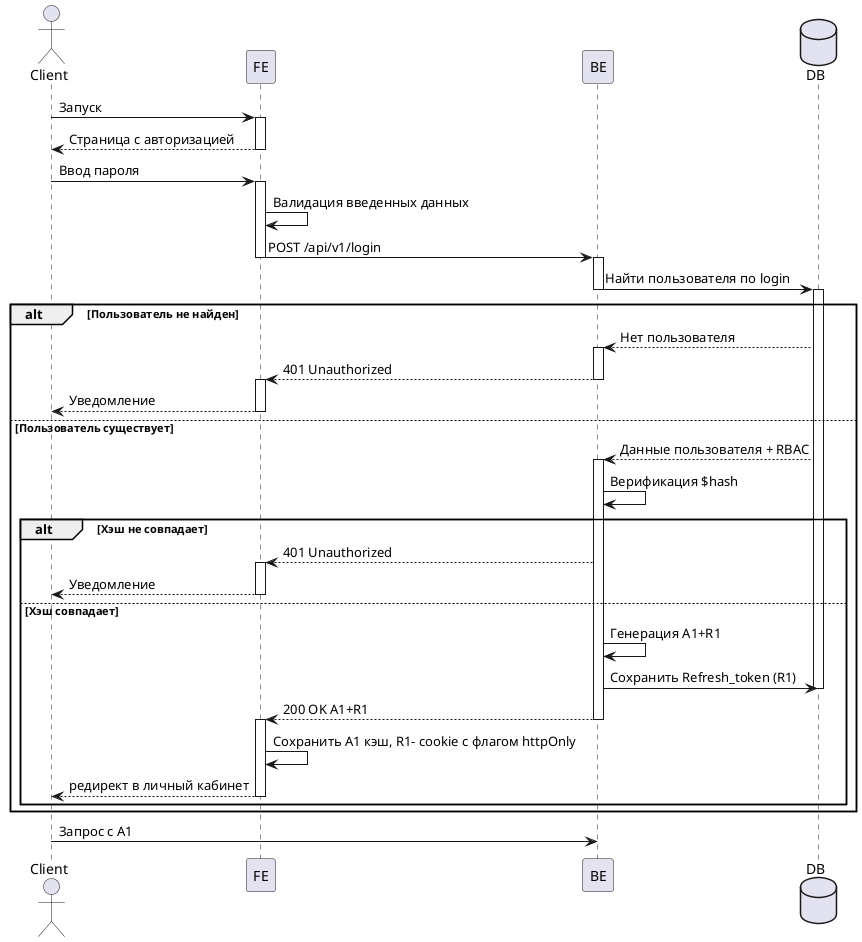
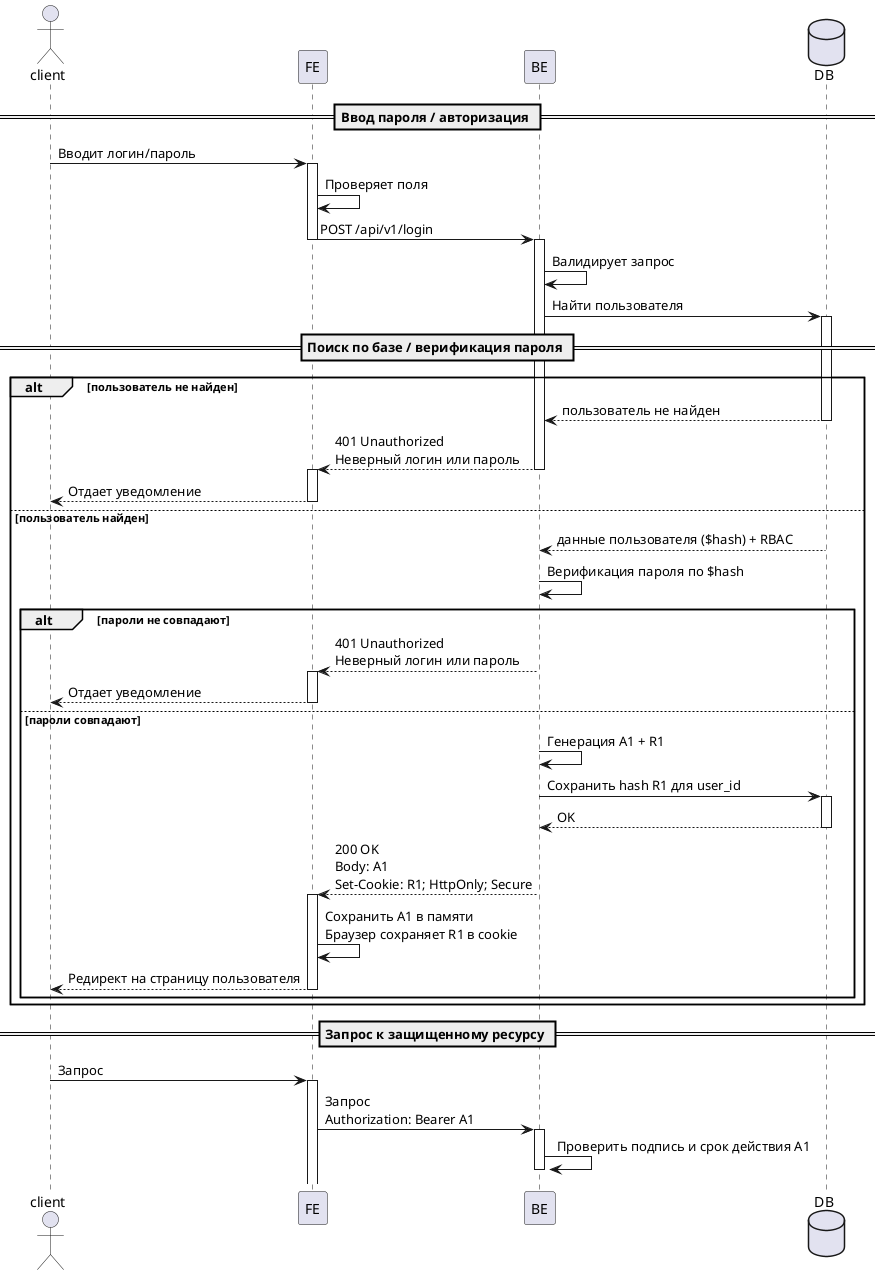
@startuml
- actor Client
+ actor client
participant FE
participant BE
database DB

- Client -> FE ++: Запуск
- FE --> Client --: Страница с авторизацией
- Client -> FE ++: Ввод пароля
- FE -> FE: Валидация введенных данных
- FE -> BE --++: POST /api/v1/login
- BE -> DB --++: Найти пользователя по login
+ == Ввод пароля / авторизация ==
+ client -> FE ++ : Вводит логин/пароль
+ FE -> FE : Проверяет поля
+ FE -> BE --++ : POST /api/v1/login
+ BE -> BE : Валидирует запрос
+ BE -> DB ++ : Найти пользователя

- alt Пользователь не найден
- DB --> BE ++: Нет пользователя
- BE --> FE --++: 401 Unauthorized
- FE --> Client --: Уведомление
- else Пользователь существует
- DB --> BE ++: Данные пользователя + RBAC
- BE -> BE: Верификация $hash
-   alt Хэш не совпадает
-   BE --> FE++: 401 Unauthorized
-   FE --> Client--: Уведомление
-   else Хэш совпадает
-   BE -> BE: Генерация A1+R1
-   BE -> DB: Сохранить Refresh_token (R1)
-   deactivate DB
-   BE --> FE --++: 200 OK A1+R1
-   FE -> FE: Сохранить A1 кэш, R1- cookie с флагом httpOnly
-   FE --> Client --: редирект в личный кабинет
-   end
+ == Поиск по базе / верификация пароля ==
+ alt пользователь не найден
+ DB --> BE -- : пользователь не найден
+ BE --> FE --++ : 401 Unauthorized\nНеверный логин или пароль
+ FE --> client -- : Отдает уведомление
+ else пользователь найден
+ DB --> BE -- : данные пользователя ($hash) + RBAC
+ BE -> BE : Верификация пароля по $hash
+ alt пароли не совпадают
+ BE --> FE --++ : 401 Unauthorized\nНеверный логин или пароль
+ FE --> client -- : Отдает уведомление
+ else пароли совпадают
+ BE -> BE : Генерация A1 + R1
+ BE -> DB ++ : Сохранить hash R1 для user_id
+ DB --> BE -- : OK
+ BE --> FE --++ : 200 OK\nBody: A1\nSet-Cookie: R1; HttpOnly; Secure
+ FE -> FE : Сохранить A1 в памяти\nБраузер сохраняет R1 в cookie
+ FE --> client -- : Редирект на страницу пользователя
end
- Client -> BE: Запрос с A1
+ end
+ 
+ == Запрос к защищенному ресурсу ==
+ client -> FE ++ : Запрос
+ FE -> BE ++ : Запрос\nAuthorization: Bearer A1
+ BE -> BE ++: Проверить подпись и срок действия A1
+ 
@enduml
